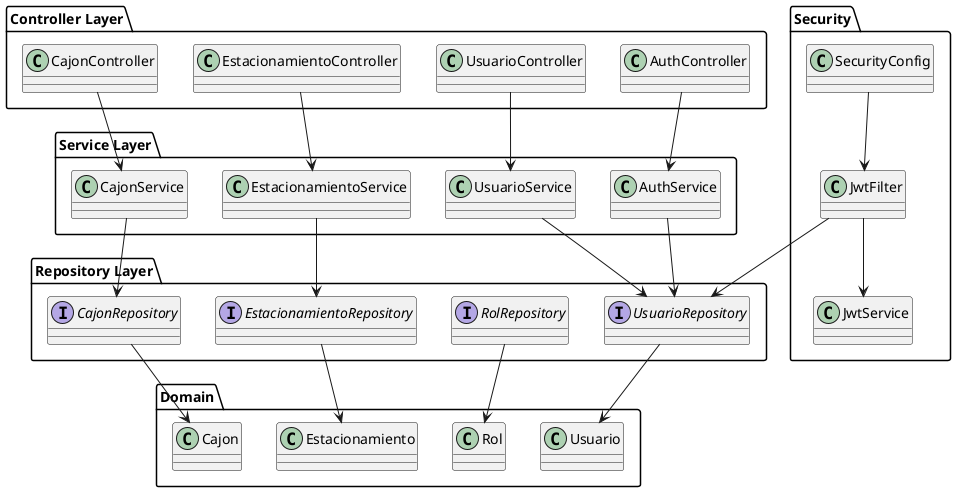
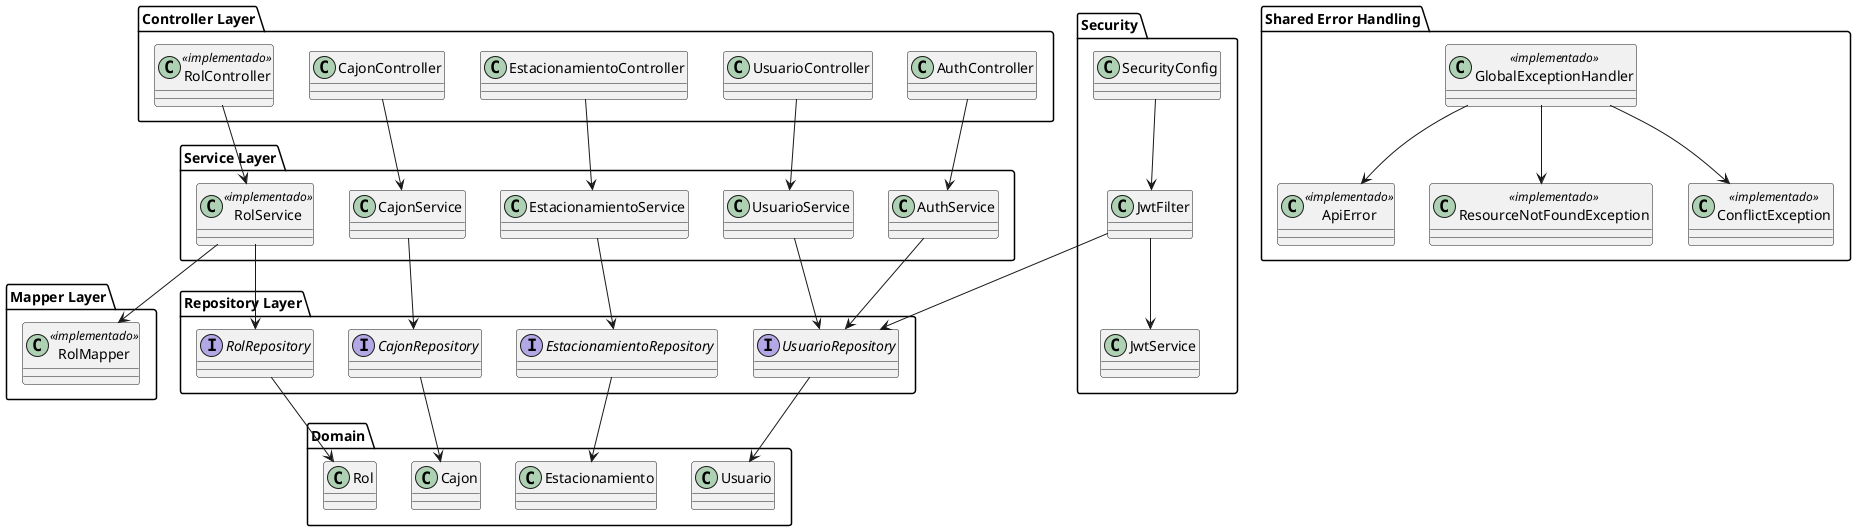
@startuml

package "Controller Layer" {
    class AuthController
+     class RolController <<implementado>>
    class UsuarioController
    class EstacionamientoController
    class CajonController
}

package "Service Layer" {
    class AuthService
+     class RolService <<implementado>>
    class UsuarioService
    class EstacionamientoService
    class CajonService
+ }
+ 
+ package "Mapper Layer" {
+     class RolMapper <<implementado>>
}

package "Repository Layer" {
    interface UsuarioRepository
    interface RolRepository
    interface EstacionamientoRepository
    interface CajonRepository
}

package "Domain" {
    class Usuario
    class Rol
    class Estacionamiento
    class Cajon
}

package "Security" {
    class JwtFilter
    class JwtService
    class SecurityConfig
}

+ package "Shared Error Handling" {
+     class GlobalExceptionHandler <<implementado>>
+     class ApiError <<implementado>>
+     class ResourceNotFoundException <<implementado>>
+     class ConflictException <<implementado>>
+ }
+ 
AuthController --> AuthService
+ RolController --> RolService
UsuarioController --> UsuarioService
EstacionamientoController --> EstacionamientoService
CajonController --> CajonService

AuthService --> UsuarioRepository
+ RolService --> RolRepository
+ RolService --> RolMapper
UsuarioService --> UsuarioRepository
EstacionamientoService --> EstacionamientoRepository
CajonService --> CajonRepository

UsuarioRepository --> Usuario
RolRepository --> Rol
EstacionamientoRepository --> Estacionamiento
CajonRepository --> Cajon

+ GlobalExceptionHandler --> ApiError
+ GlobalExceptionHandler --> ResourceNotFoundException
+ GlobalExceptionHandler --> ConflictException
+ 
SecurityConfig --> JwtFilter
JwtFilter --> JwtService
JwtFilter --> UsuarioRepository

- @enduml+ @enduml
